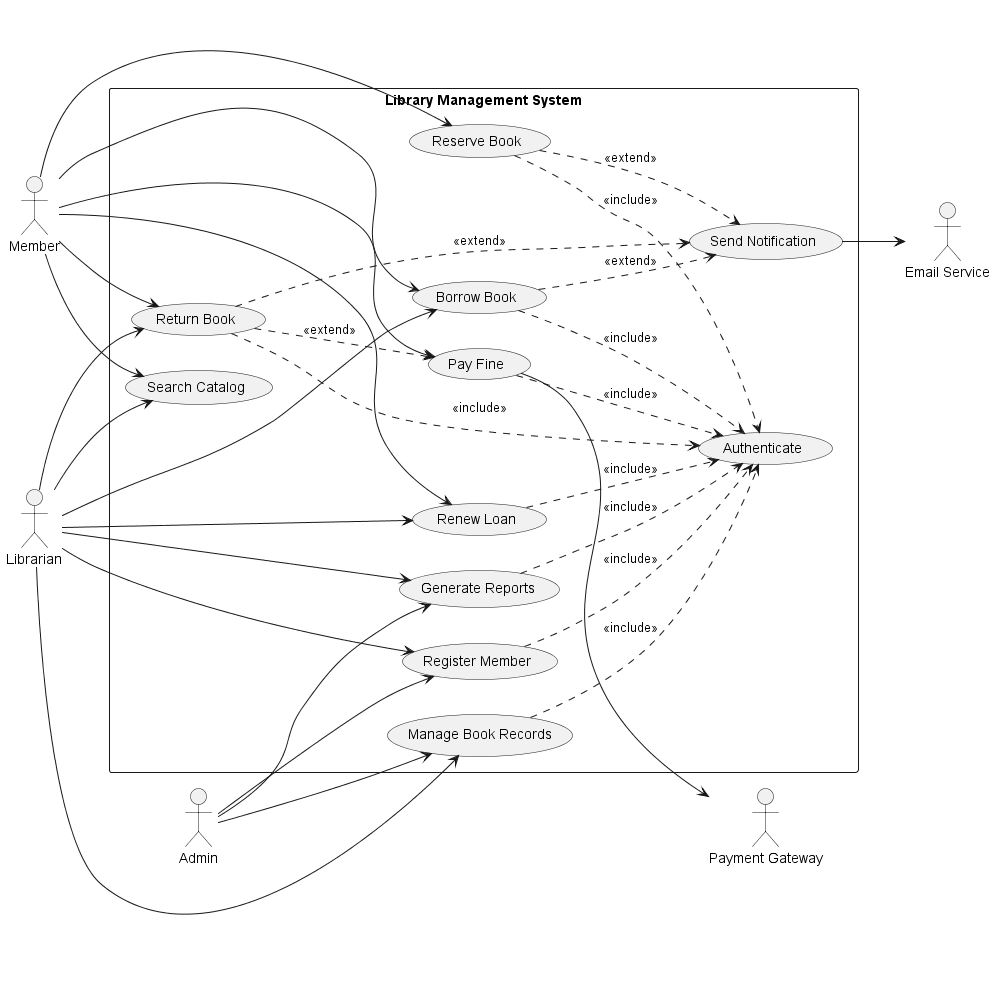
This is docs/images/use_case.png from HashimZuraiqi/Software-Eng.-Project-UNTITLED, a PlantUML export, as it was before one commit.
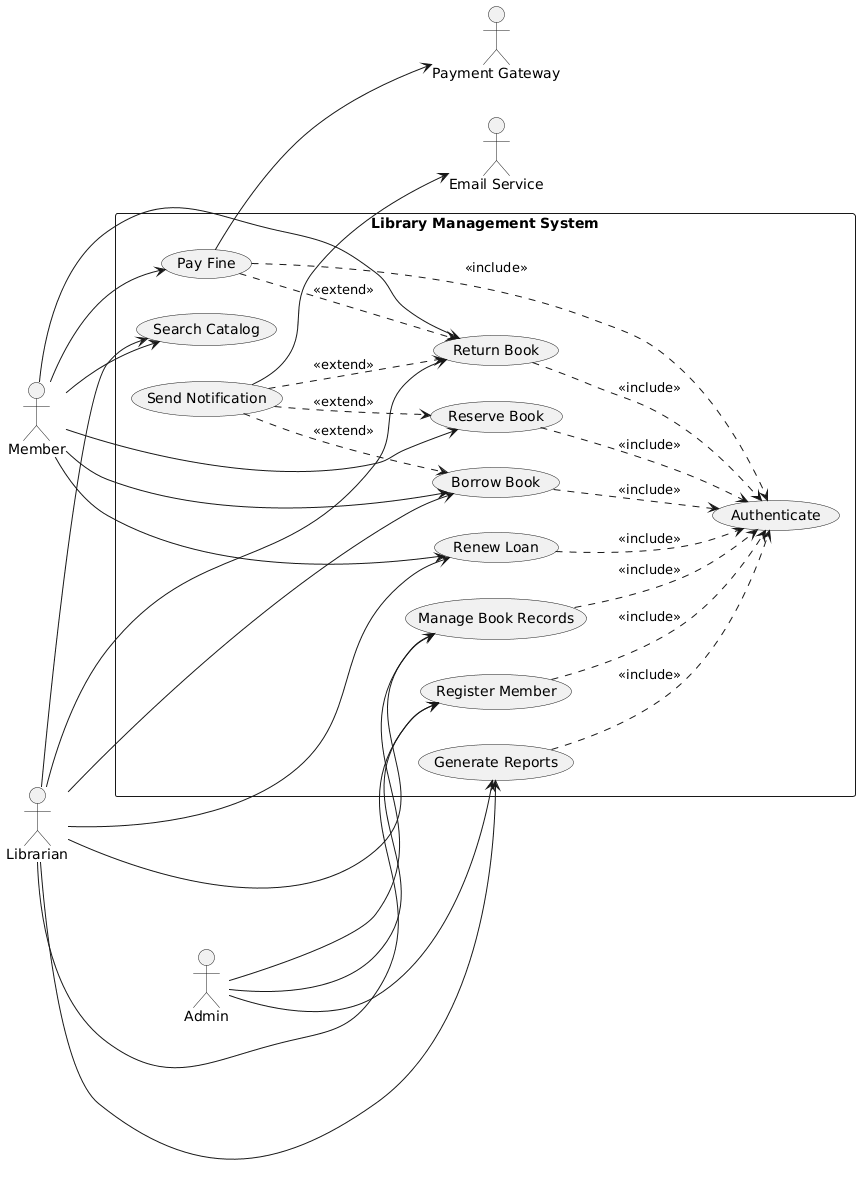
Later version of the same file.

Commit message:
docs: add use case diagram image to documentation

Change to the diagram source:
```diff
@@ -1,4 +1,4 @@
-@startuml use_case
+@startuml
 left to right direction
 skinparam packageStyle rectangle
 
@@ -51,13 +51,12 @@
 UC8 ..> UC_Auth : <<include>>
 UC9 ..> UC_Auth : <<include>>
 
-UC3 ..> UC6 : <<extend>>
+UC6 ..> UC3 : <<extend>>
 
-UC2 ..> UC_Notify : <<extend>>
-UC3 ..> UC_Notify : <<extend>>
-UC4 ..> UC_Notify : <<extend>>
+UC_Notify ..> UC2 : <<extend>>
+UC_Notify ..> UC3 : <<extend>>
+UC_Notify ..> UC4 : <<extend>>
 
 UC_Notify --> Email
 UC6 --> Payment
-
 @enduml
```
